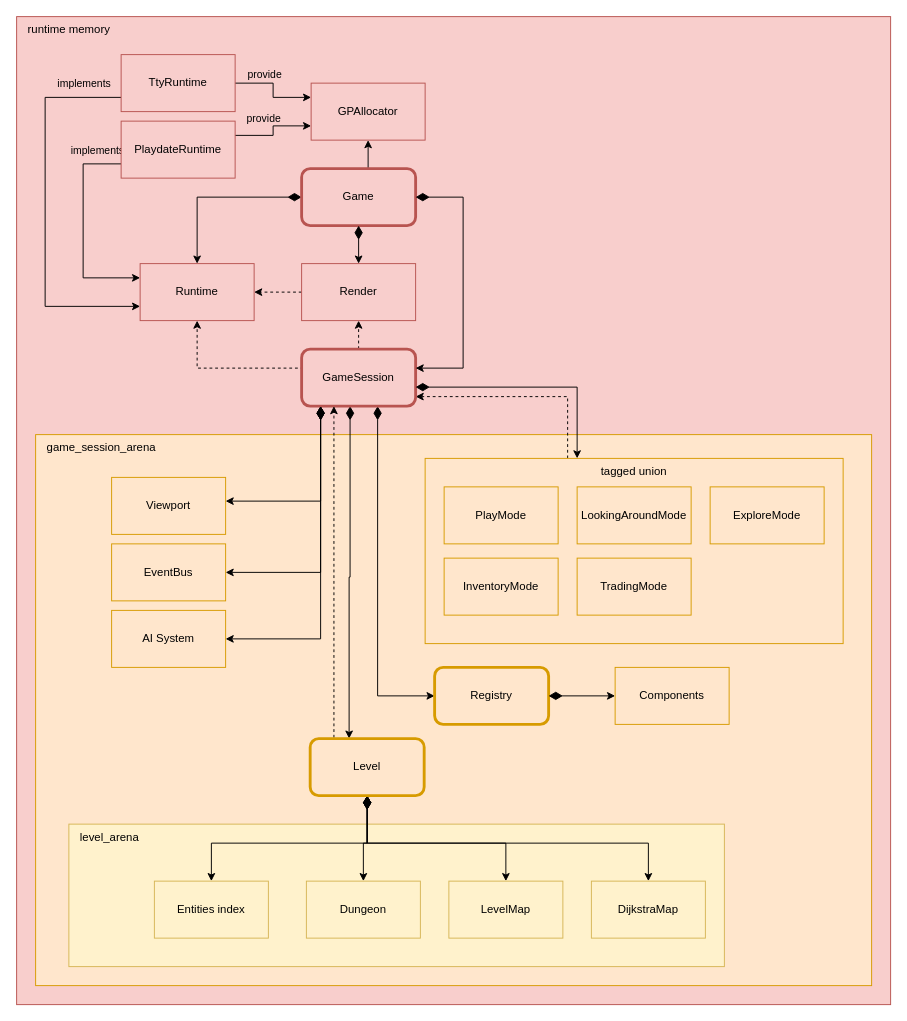
Above: page "Main components" (3 of 10) of docs/dev/schemas.drawio in vladimir-popov/forgotten_catacombs (draw.io), before the change. Source tidied: cells renumbered, new cells numbered last; positions are measured from the earlier drawing's top-left corner, leaving out a move shared by most shapes. Both pictures are drawn from the tidied source at 95%, with x=0, y=0 at pixel (16, 16).
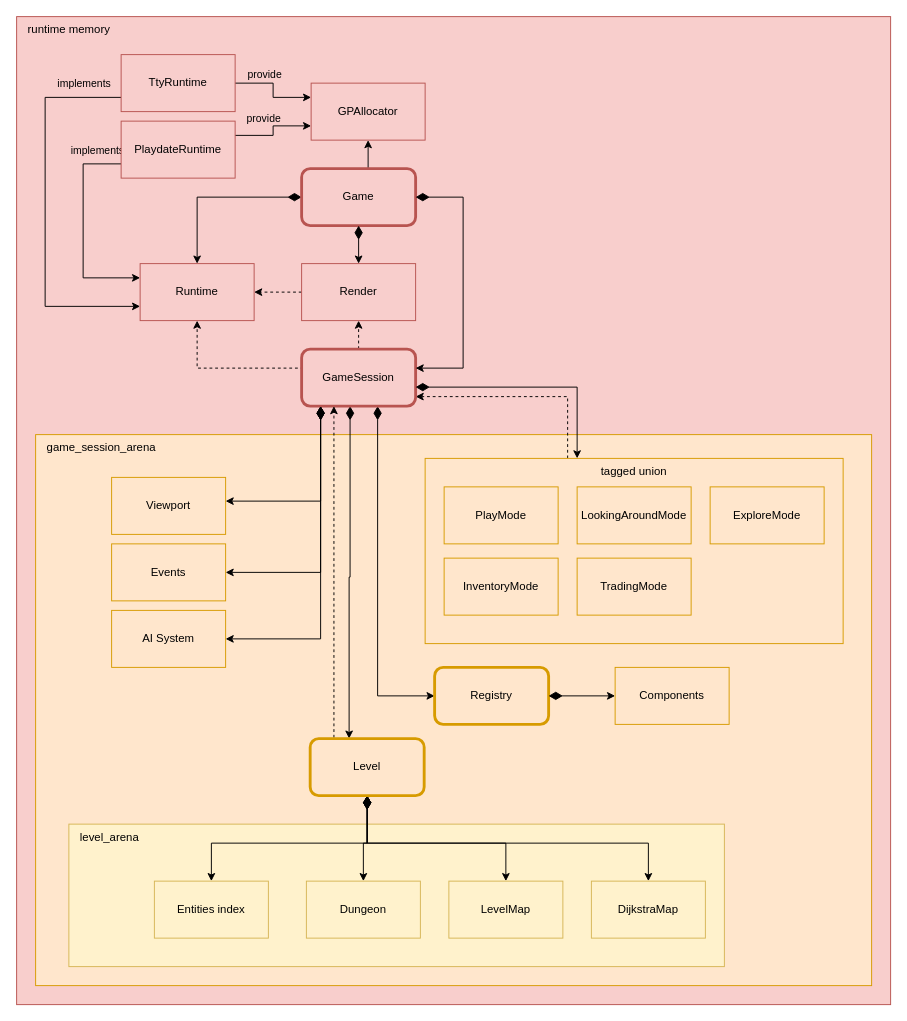
The same page after the edit.

What changed in the source:
```diff
@@
-    <mxCell id="50" value="EventBus" style="rounded=0;whiteSpace=wrap;html=1;fillColor=#ffe6cc;strokeColor=#d79b00;" parent="1" vertex="1">
+    <mxCell id="50" value="Events" style="rounded=0;whiteSpace=wrap;html=1;fillColor=#ffe6cc;strokeColor=#d79b00;" parent="1" vertex="1">
       <mxGeometry x="100" y="555" width="120" height="60" as="geometry" />
     </mxCell>
```
